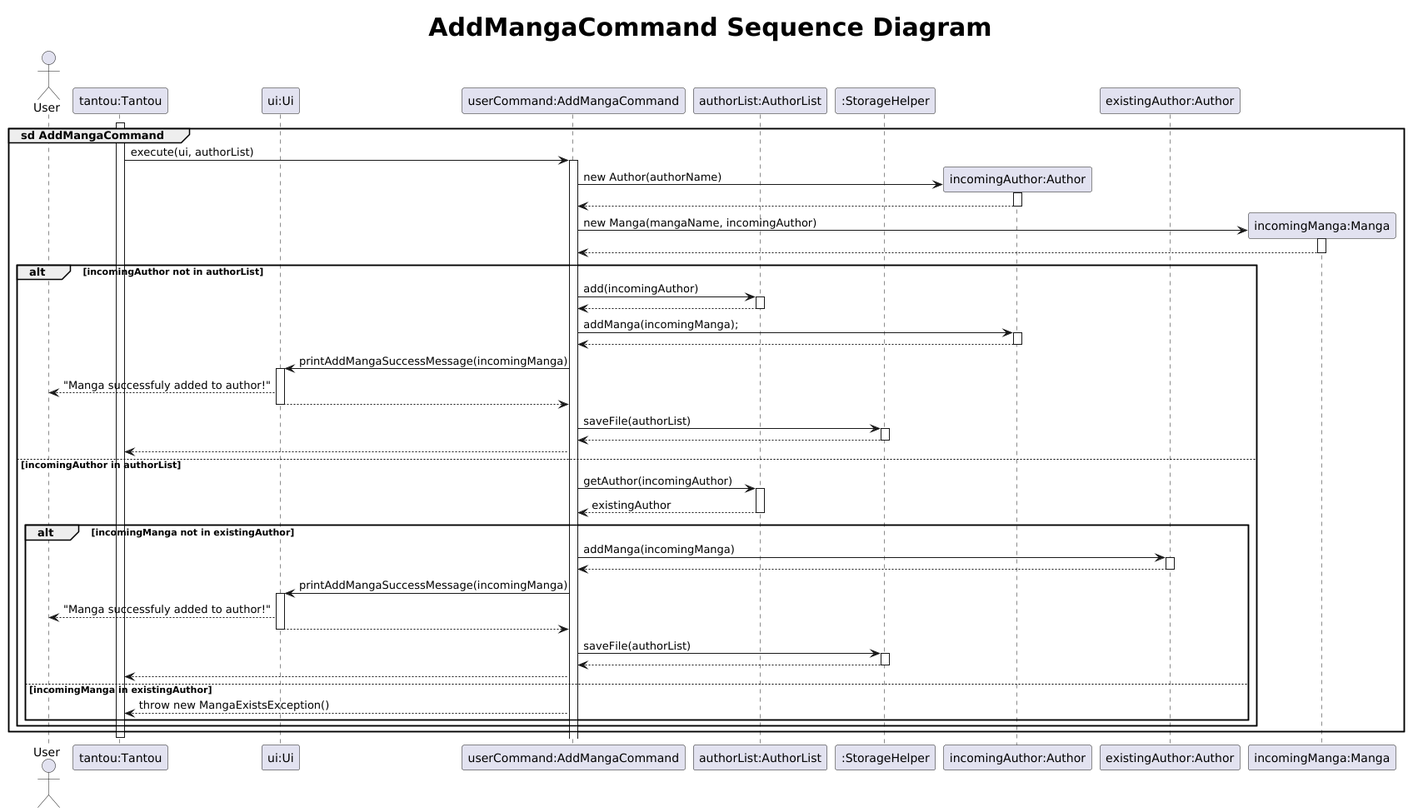
Earlier version of the PlantUML export docs/uml/images/AddMangaSequence.png (xenthm/tp).
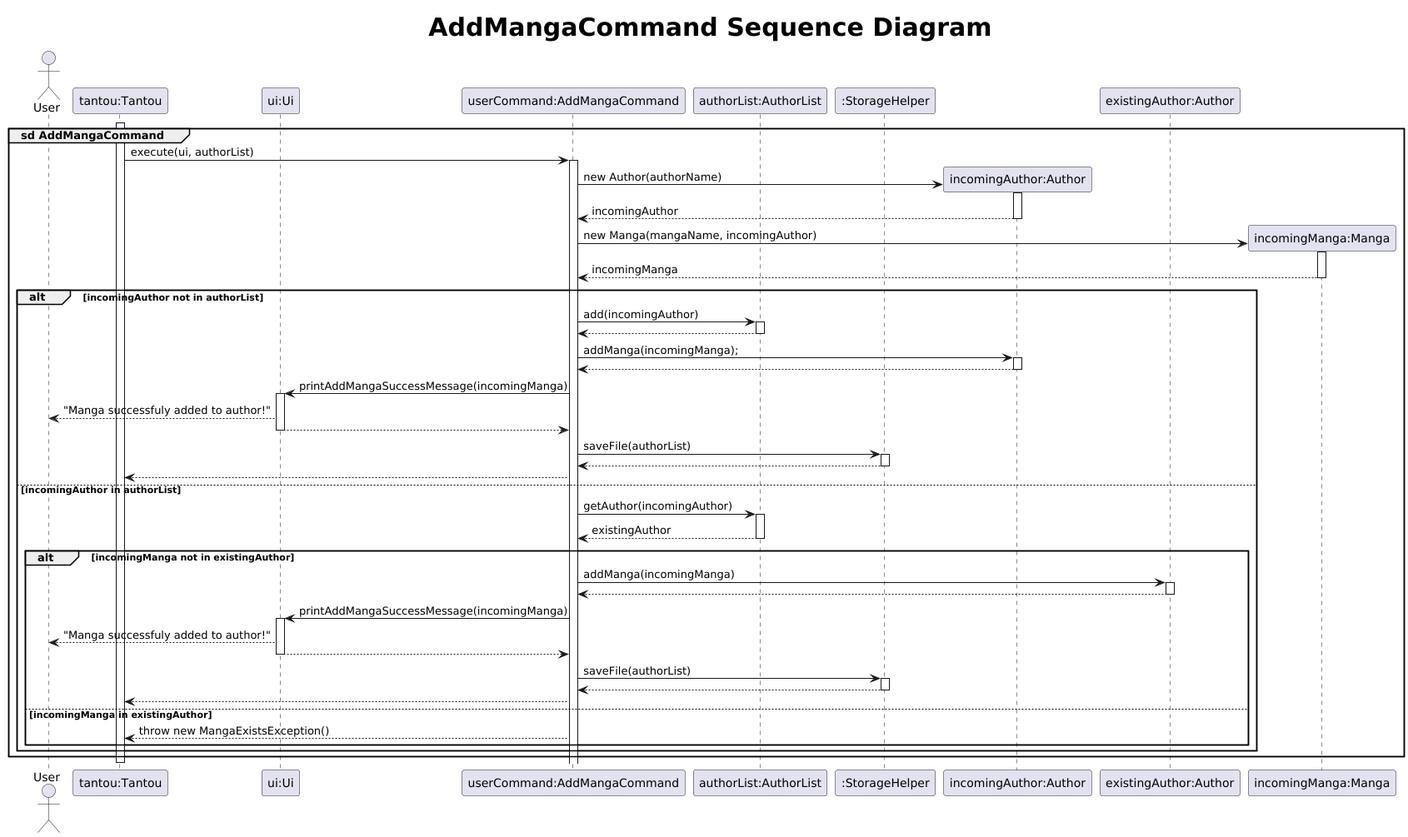
Above is the later version.

Change to the diagram source:
```diff
@@ -21,13 +21,13 @@
     create author
     userCommand -> author : new Author(authorName)
     activate author
-    author --> userCommand
+    author --> userCommand : incomingAuthor
     deactivate author
 
     create manga
     userCommand -> manga : new Manga(mangaName, incomingAuthor)
     activate manga
-    manga --> userCommand
+    manga --> userCommand : incomingManga
     deactivate manga
 
     alt incomingAuthor not in authorList
```
